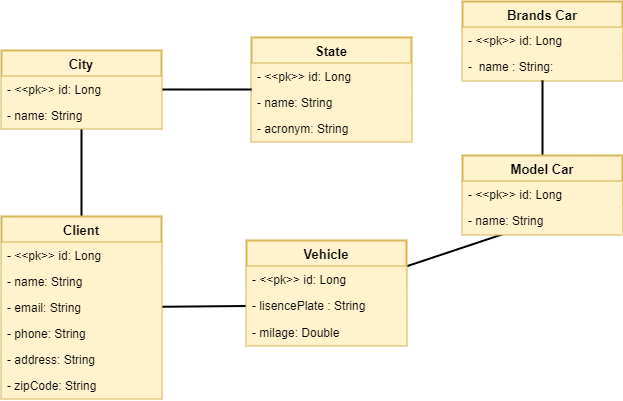
tettam/sistema-oficina-automotiva keeps this draw.io diagram as backend/uml.drawio.png. Above is the earlier version. Source tidied: cells renumbered, new cells last; positions are measured from the earlier drawing's top-left corner, leaving out a move shared by most shapes.
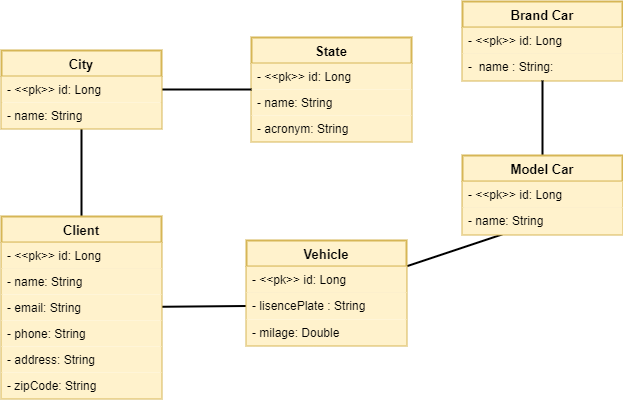
The same file after the commit.

Commit message:
created entities city,state, model car, brand car, vehicle

The edit, as a diff of the source:
```diff
@@ -71,7 +71,7 @@
     <mxCell id="24" value="- milage: Double" style="text;strokeColor=none;fillColor=#fff2cc;align=left;verticalAlign=top;spacingLeft=4;spacingRight=4;overflow=hidden;labelBackgroundColor=none;labelBorderColor=none;fontColor=#000000;strokeWidth=0;" parent="21" vertex="1">
       <mxGeometry y="79" width="160" height="26" as="geometry" />
     </mxCell>
-    <mxCell id="25" value="Brands Car" style="swimlane;fontStyle=1;align=center;verticalAlign=top;horizontal=1;startSize=26;fillColor=#fff2cc;strokeColor=#d6b656;labelBackgroundColor=none;labelBorderColor=none;fontSize=13;fontColor=#000000;strokeWidth=2;perimeterSpacing=0;rounded=0;shadow=0;glass=0;swimlaneLine=1;" parent="1" vertex="1">
+    <mxCell id="25" value="Brand Car" style="swimlane;fontStyle=1;align=center;verticalAlign=top;horizontal=1;startSize=26;fillColor=#fff2cc;strokeColor=#d6b656;labelBackgroundColor=none;labelBorderColor=none;fontSize=13;fontColor=#000000;strokeWidth=2;perimeterSpacing=0;rounded=0;shadow=0;glass=0;swimlaneLine=1;" parent="1" vertex="1">
       <mxGeometry x="461" width="160" height="79" as="geometry" />
     </mxCell>
     <mxCell id="26" value="- &lt;&lt;pk&gt;&gt; id: Long&#10;" style="text;strokeColor=#d6b656;fillColor=#fff2cc;align=left;verticalAlign=top;spacingLeft=4;spacingRight=4;overflow=hidden;labelBackgroundColor=none;labelBorderColor=none;fontColor=#000000;strokeWidth=0;" parent="25" vertex="1">
```
